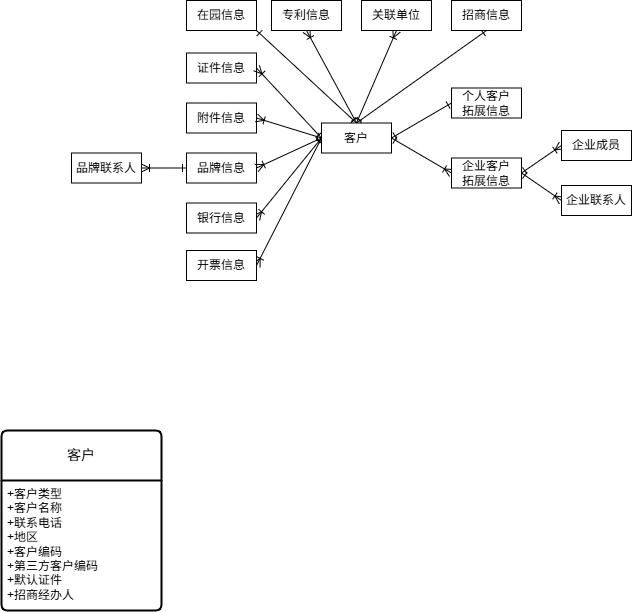
This is 云模方/v1.8客户关系.drawio.png from qilaohan/iodraw-files, a draw.io export, as it was before one commit. Source tidied: cells renumbered, new cells last; positions are measured from the earlier drawing's top-left corner, leaving out a move shared by most shapes.
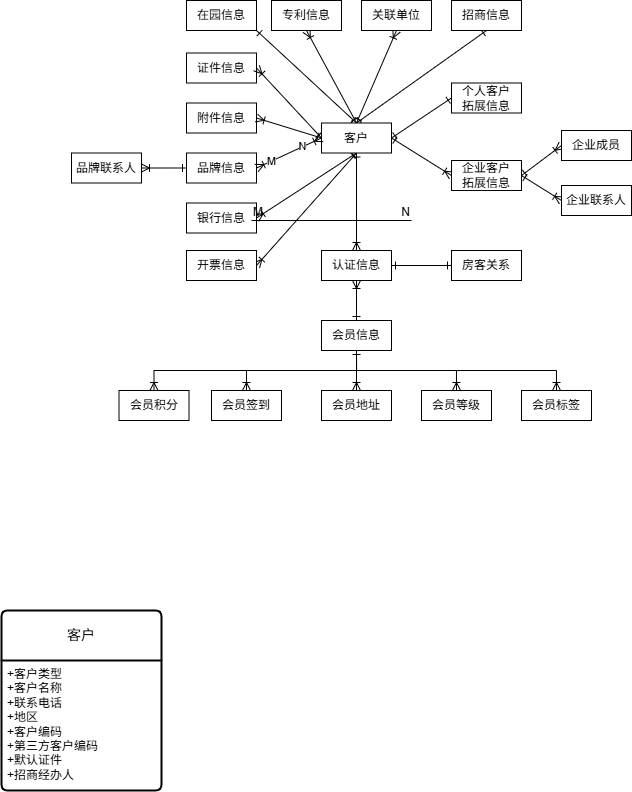
The same file after the commit.

Commit message:
更新v1.8客户关系.drawio.png

Change to the diagram source:
```diff
@@ -5,10 +5,10 @@
     <mxCell id="2" style="rounded=0;jettySize=auto;html=1;exitX=1;exitY=0.5;exitDx=0;exitDy=0;entryX=0;entryY=0.5;entryDx=0;entryDy=0;startArrow=ERone;startFill=0;endArrow=ERone;endFill=0;" parent="1" edge="1" source="9" target="10">
       <mxGeometry relative="1" as="geometry" />
     </mxCell>
-    <mxCell id="3" style="rounded=0;jettySize=auto;html=1;exitX=0;exitY=0.5;exitDx=0;exitDy=0;entryX=1;entryY=0.5;entryDx=0;entryDy=0;startArrow=ERone;startFill=0;endArrow=ERoneToMany;endFill=0;" parent="1" edge="1" source="9" target="24">
+    <mxCell id="3" style="rounded=0;jettySize=auto;html=1;exitX=0.5;exitY=1;exitDx=0;exitDy=0;entryX=1;entryY=0.5;entryDx=0;entryDy=0;startArrow=ERone;startFill=0;endArrow=ERoneToMany;endFill=0;" parent="1" edge="1" source="9" target="24">
       <mxGeometry relative="1" as="geometry" />
     </mxCell>
-    <mxCell id="4" style="rounded=0;jettySize=auto;html=1;exitX=0;exitY=0.5;exitDx=0;exitDy=0;entryX=1;entryY=0.5;entryDx=0;entryDy=0;startArrow=ERone;startFill=0;endArrow=ERoneToMany;endFill=0;" parent="1" edge="1" source="9" target="25">
+    <mxCell id="4" style="rounded=0;jettySize=auto;html=1;exitX=0.5;exitY=1;exitDx=0;exitDy=0;entryX=1;entryY=0.5;entryDx=0;entryDy=0;startArrow=ERone;startFill=0;endArrow=ERoneToMany;endFill=0;" parent="1" edge="1" source="9" target="25">
       <mxGeometry relative="1" as="geometry" />
     </mxCell>
     <mxCell id="5" style="rounded=0;jettySize=auto;html=1;exitX=0.5;exitY=0;exitDx=0;exitDy=0;entryX=1;entryY=1;entryDx=0;entryDy=0;startArrow=ERone;startFill=0;endArrow=ERone;endFill=0;" parent="1" edge="1" source="9" target="27">
@@ -23,11 +23,14 @@
     <mxCell id="8" style="rounded=0;jettySize=auto;html=1;exitX=1;exitY=0.5;exitDx=0;exitDy=0;entryX=0;entryY=0.5;entryDx=0;entryDy=0;startArrow=ERone;startFill=0;endArrow=ERoneToMany;endFill=0;" parent="1" edge="1" source="9" target="13">
       <mxGeometry relative="1" as="geometry" />
     </mxCell>
+    <mxCell id="33" style="edgeStyle=orthogonalEdgeStyle;rounded=0;jettySize=auto;html=1;exitX=0.5;exitY=1;exitDx=0;exitDy=0;entryX=0.5;entryY=0;entryDx=0;entryDy=0;startArrow=ERone;startFill=0;endArrow=ERoneToMany;endFill=0;" parent="1" edge="1" source="9" target="49">
+      <mxGeometry relative="1" as="geometry" />
+    </mxCell>
     <mxCell id="9" value="客户" style="whiteSpace=wrap;html=1;align=center;" parent="1" vertex="1">
       <mxGeometry x="320" y="122.5" width="70" height="30" as="geometry" />
     </mxCell>
     <mxCell id="10" value="个人客户&lt;div&gt;拓展信息&lt;/div&gt;" style="whiteSpace=wrap;html=1;align=center;" parent="1" vertex="1">
-      <mxGeometry x="450" y="87.5" width="70" height="30" as="geometry" />
+      <mxGeometry x="450" y="82.5" width="70" height="30" as="geometry" />
     </mxCell>
     <mxCell id="11" style="rounded=0;jettySize=auto;html=1;exitX=1;exitY=0.5;exitDx=0;exitDy=0;entryX=0;entryY=0.5;entryDx=0;entryDy=0;startArrow=ERone;startFill=0;endArrow=ERoneToMany;endFill=0;" parent="1" edge="1" source="13" target="23">
       <mxGeometry relative="1" as="geometry" />
@@ -36,7 +39,7 @@
       <mxGeometry relative="1" as="geometry" />
     </mxCell>
     <mxCell id="13" value="企业客户&lt;div&gt;拓展信息&lt;/div&gt;" style="whiteSpace=wrap;html=1;align=center;" parent="1" vertex="1">
-      <mxGeometry x="450" y="157.5" width="70" height="30" as="geometry" />
+      <mxGeometry x="450" y="160" width="70" height="30" as="geometry" />
     </mxCell>
     <mxCell id="14" style="edgeStyle=orthogonalEdgeStyle;rounded=0;jettySize=auto;html=1;exitX=0;exitY=0.5;exitDx=0;exitDy=0;entryX=1;entryY=0.5;entryDx=0;entryDy=0;startArrow=ERone;startFill=0;endArrow=ERoneToMany;endFill=0;" parent="1" edge="1" source="15" target="30">
       <mxGeometry relative="1" as="geometry" />
@@ -51,7 +54,7 @@
       <mxGeometry x="185" y="102.5" width="70" height="30" as="geometry" />
     </mxCell>
     <mxCell id="18" value="客户" style="swimlane;horizontal=1;startSize=50;rounded=1;fontSize=14;fontStyle=0;strokeWidth=2;shadow=0;dashed=0;align=center;arcSize=4;whiteSpace=wrap;html=1;" parent="1" vertex="1">
-      <mxGeometry y="430" width="160" height="180" as="geometry" />
+      <mxGeometry y="610" width="160" height="180" as="geometry" />
     </mxCell>
     <mxCell id="19" value="+客户类型&lt;br&gt;+客户名称&lt;br&gt;+联系电话&lt;div&gt;+地区&lt;/div&gt;&lt;div&gt;+客户编码&lt;/div&gt;&lt;div&gt;+第三方客户编码&lt;/div&gt;&lt;div&gt;+默认证件&lt;/div&gt;&lt;div&gt;+招商经办人&lt;/div&gt;" style="align=left;strokeColor=none;fillColor=none;spacingLeft=4;spacingRight=4;fontSize=12;verticalAlign=top;html=1;whiteSpace=wrap;" parent="18" vertex="1">
       <mxGeometry y="50" width="160" height="130" as="geometry" />
@@ -62,9 +65,17 @@
     <mxCell id="21" style="fontSize=12;html=1;endArrow=ERoneToMany;rounded=0;entryX=1;entryY=0.5;entryDx=0;entryDy=0;exitX=0;exitY=0.5;exitDx=0;exitDy=0;startArrow=ERone;startFill=0;" parent="1" edge="1" source="9" target="17">
       <mxGeometry relative="1" as="geometry" />
     </mxCell>
-    <mxCell id="22" style="fontSize=12;html=1;endArrow=ERoneToMany;rounded=0;entryX=1;entryY=0.5;entryDx=0;entryDy=0;exitX=0;exitY=0.5;exitDx=0;exitDy=0;startArrow=ERone;startFill=0;" parent="1" edge="1" source="9" target="15">
+    <mxCell id="22" style="fontSize=12;html=1;endArrow=ERoneToMany;rounded=0;entryX=1;entryY=0.5;entryDx=0;entryDy=0;exitX=0;exitY=0.5;exitDx=0;exitDy=0;startArrow=ERoneToMany;startFill=0;" parent="1" edge="1" source="9" target="15">
       <mxGeometry relative="1" as="geometry" />
     </mxCell>
+    <mxCell id="34" value="N" style="edgeLabel;html=1;align=center;verticalAlign=middle;" parent="22" vertex="1">
+      <mxGeometry x="-0.62" relative="1" as="geometry">
+        <mxPoint x="-7" y="2" as="offset" />
+      </mxGeometry>
+    </mxCell>
+    <mxCell id="35" value="M" style="edgeLabel;html=1;align=center;verticalAlign=middle;" parent="22" vertex="1">
+      <mxGeometry x="0.57" relative="1" as="geometry" />
+    </mxCell>
     <mxCell id="23" value="企业成员" style="whiteSpace=wrap;html=1;align=center;" parent="1" vertex="1">
       <mxGeometry x="560" y="130" width="70" height="30" as="geometry" />
     </mxCell>
@@ -95,5 +106,62 @@
     <mxCell id="32" value="招商信息" style="whiteSpace=wrap;html=1;align=center;" parent="1" vertex="1">
       <mxGeometry x="450" width="70" height="30" as="geometry" />
     </mxCell>
+    <mxCell id="36" value="房客关系" style="whiteSpace=wrap;html=1;align=center;" parent="1" vertex="1">
+      <mxGeometry x="450" y="250" width="70" height="30" as="geometry" />
+    </mxCell>
+    <mxCell id="37" style="rounded=0;jettySize=auto;html=1;exitX=0.5;exitY=0;exitDx=0;exitDy=0;entryX=0.5;entryY=1;entryDx=0;entryDy=0;startArrow=ERone;startFill=0;endArrow=ERoneToMany;endFill=0;" parent="1" edge="1" source="43" target="49">
+      <mxGeometry relative="1" as="geometry" />
+    </mxCell>
+    <mxCell id="38" style="edgeStyle=orthogonalEdgeStyle;rounded=0;jettySize=auto;html=1;exitX=0.5;exitY=1;exitDx=0;exitDy=0;entryX=0.5;entryY=0;entryDx=0;entryDy=0;startArrow=ERone;startFill=0;endArrow=ERoneToMany;endFill=0;" parent="1" edge="1" source="43" target="44">
+      <mxGeometry relative="1" as="geometry" />
+    </mxCell>
+    <mxCell id="39" style="edgeStyle=orthogonalEdgeStyle;rounded=0;jettySize=auto;html=1;exitX=0.5;exitY=1;exitDx=0;exitDy=0;entryX=0.5;entryY=0;entryDx=0;entryDy=0;endArrow=ERoneToMany;endFill=0;" parent="1" edge="1" source="43" target="45">
+      <mxGeometry relative="1" as="geometry" />
+    </mxCell>
+    <mxCell id="40" style="edgeStyle=orthogonalEdgeStyle;rounded=0;jettySize=auto;html=1;exitX=0.5;exitY=1;exitDx=0;exitDy=0;entryX=0.5;entryY=0;entryDx=0;entryDy=0;endArrow=ERoneToMany;endFill=0;" parent="1" edge="1" source="43" target="46">
+      <mxGeometry relative="1" as="geometry" />
+    </mxCell>
+    <mxCell id="41" style="edgeStyle=orthogonalEdgeStyle;rounded=0;jettySize=auto;html=1;exitX=0.5;exitY=1;exitDx=0;exitDy=0;entryX=0.5;entryY=0;entryDx=0;entryDy=0;endArrow=ERoneToMany;endFill=0;" parent="1" edge="1" source="43" target="47">
+      <mxGeometry relative="1" as="geometry" />
+    </mxCell>
+    <mxCell id="42" style="edgeStyle=orthogonalEdgeStyle;rounded=0;jettySize=auto;html=1;exitX=0.5;exitY=1;exitDx=0;exitDy=0;entryX=0.5;entryY=0;entryDx=0;entryDy=0;endArrow=ERoneToMany;endFill=0;" parent="1" edge="1" source="43" target="50">
+      <mxGeometry relative="1" as="geometry" />
+    </mxCell>
+    <mxCell id="43" value="会员信息" style="whiteSpace=wrap;html=1;align=center;" parent="1" vertex="1">
+      <mxGeometry x="320" y="320" width="70" height="30" as="geometry" />
+    </mxCell>
+    <mxCell id="44" value="会员积分" style="whiteSpace=wrap;html=1;align=center;" parent="1" vertex="1">
+      <mxGeometry x="117.5" y="390" width="70" height="30" as="geometry" />
+    </mxCell>
+    <mxCell id="45" value="会员签到" style="whiteSpace=wrap;html=1;align=center;" parent="1" vertex="1">
+      <mxGeometry x="210" y="390" width="70" height="30" as="geometry" />
+    </mxCell>
+    <mxCell id="46" value="会员地址" style="whiteSpace=wrap;html=1;align=center;" parent="1" vertex="1">
+      <mxGeometry x="320" y="390" width="70" height="30" as="geometry" />
+    </mxCell>
+    <mxCell id="47" value="会员等级" style="whiteSpace=wrap;html=1;align=center;" parent="1" vertex="1">
+      <mxGeometry x="420" y="390" width="70" height="30" as="geometry" />
+    </mxCell>
+    <mxCell id="48" style="edgeStyle=orthogonalEdgeStyle;rounded=0;jettySize=auto;html=1;exitX=1;exitY=0.5;exitDx=0;exitDy=0;entryX=0;entryY=0.5;entryDx=0;entryDy=0;startArrow=ERone;startFill=0;endArrow=ERone;endFill=0;" parent="1" edge="1" source="49" target="36">
+      <mxGeometry relative="1" as="geometry" />
+    </mxCell>
+    <mxCell id="49" value="认证信息" style="whiteSpace=wrap;html=1;align=center;" parent="1" vertex="1">
+      <mxGeometry x="320" y="250" width="70" height="30" as="geometry" />
+    </mxCell>
+    <mxCell id="50" value="会员标签" style="whiteSpace=wrap;html=1;align=center;" parent="1" vertex="1">
+      <mxGeometry x="520" y="390" width="70" height="30" as="geometry" />
+    </mxCell>
+    <mxCell id="51" style="endArrow=none;html=1;rounded=0;" parent="1" edge="1">
+      <mxGeometry relative="1" as="geometry">
+        <mxPoint x="250" y="220" as="sourcePoint" />
+        <mxPoint x="410" y="220" as="targetPoint" />
+      </mxGeometry>
+    </mxCell>
+    <mxCell id="52" value="M" style="html=1;whiteSpace=wrap;align=left;verticalAlign=bottom;" parent="51" vertex="1">
+      <mxGeometry x="-1" relative="1" as="geometry" />
+    </mxCell>
+    <mxCell id="53" value="N" style="html=1;whiteSpace=wrap;align=right;verticalAlign=bottom;" parent="51" vertex="1">
+      <mxGeometry x="1" relative="1" as="geometry" />
+    </mxCell>
   </root>
 </mxGraphModel>
```
